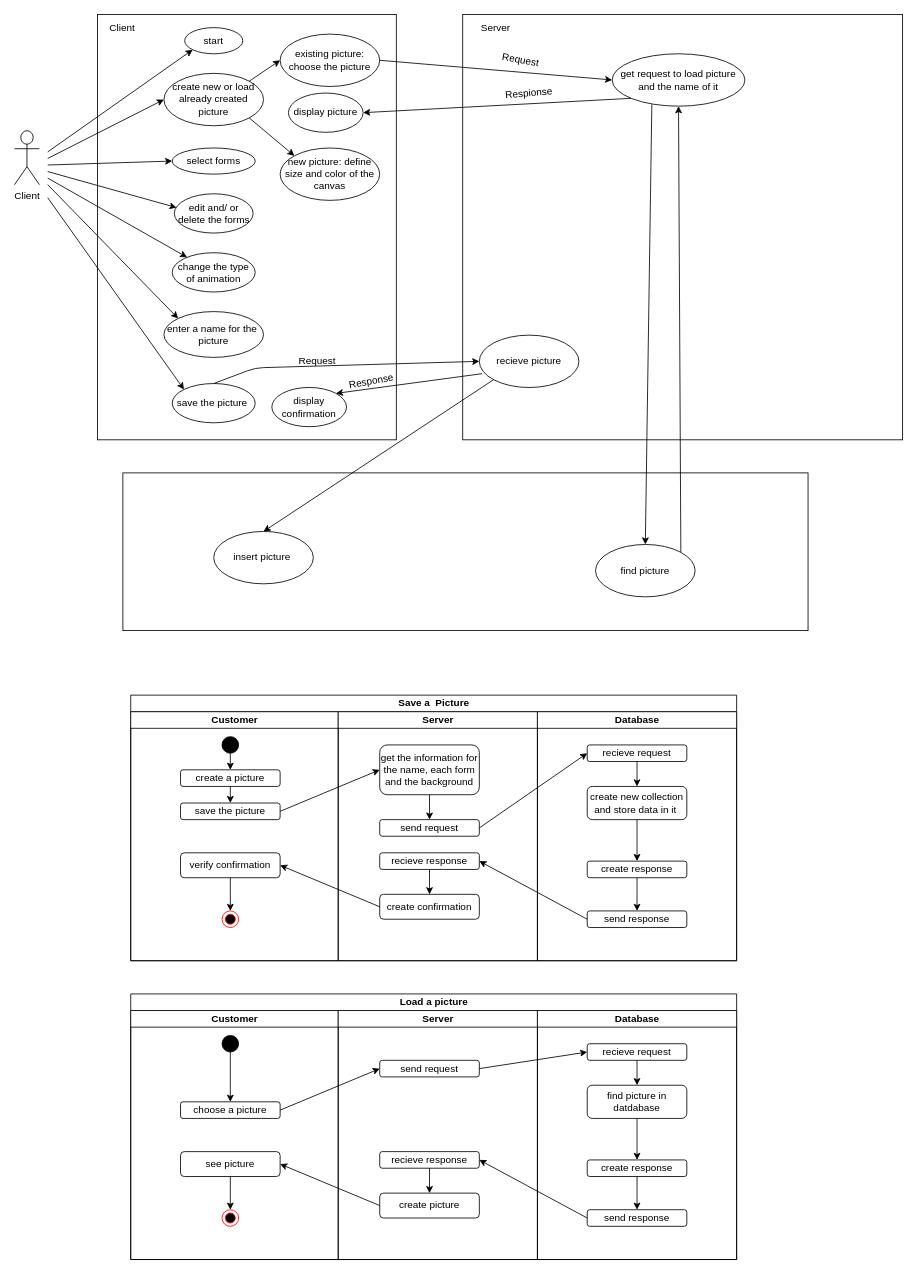
Before: page "UseCaseDiagram" (1 of 5) of L12_Addition/Konzeption/Konzeption.drawio in KohlerAl/EIA2, a draw.io diagram. Source tidied: cells renumbered, new cells numbered last; positions are measured from the earlier drawing's top-left corner, leaving out a move shared by most shapes. Both pictures are drawn from the tidied source at 83%, with x=0, y=0 at pixel (14, 14).
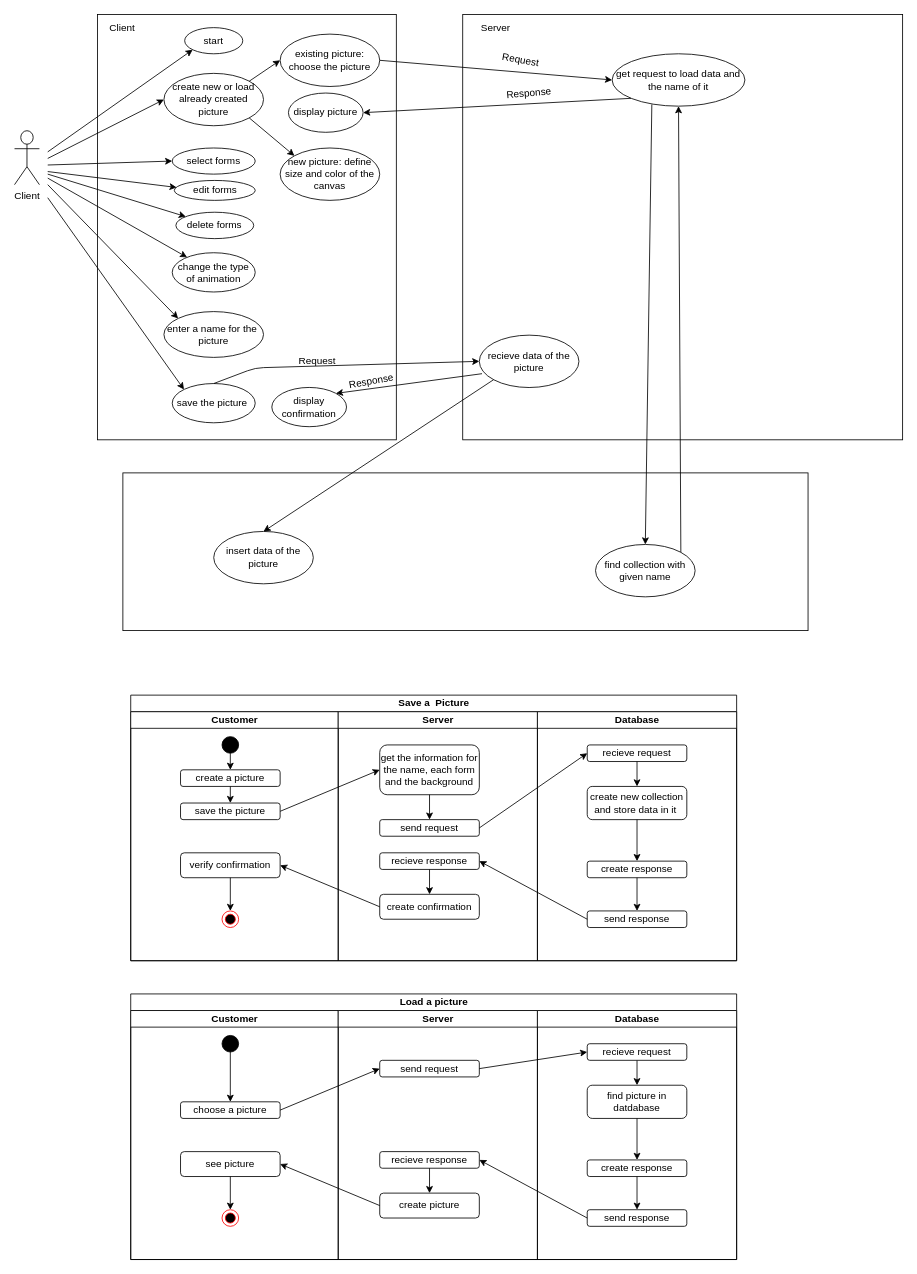
Above is the later version.

Diff of the diagram source:
```diff
@@
-    <mxCell id="7" value="edit and/ or delete the forms" style="ellipse;whiteSpace=wrap;html=1;" parent="1" vertex="1">
-      <mxGeometry x="192.5" y="216" width="95" height="47.3" as="geometry" />
+    <mxCell id="7" value="edit forms" style="ellipse;whiteSpace=wrap;html=1;" parent="1" vertex="1">
+      <mxGeometry x="192.5" y="199.9" width="97.5" height="24" as="geometry" />
     </mxCell>
@@
-    <mxCell id="17" value="recieve picture" style="ellipse;whiteSpace=wrap;html=1;" parent="1" vertex="1">
+    <mxCell id="17" value="recieve data of the picture" style="ellipse;whiteSpace=wrap;html=1;" parent="1" vertex="1">
       <mxGeometry x="560" y="386.3" width="120" height="63.1" as="geometry" />
     </mxCell>
-    <mxCell id="18" value="insert picture&amp;nbsp;" style="ellipse;whiteSpace=wrap;html=1;" parent="1" vertex="1">
+    <mxCell id="18" value="insert data of the picture" style="ellipse;whiteSpace=wrap;html=1;" parent="1" vertex="1">
       <mxGeometry x="240" y="622.8" width="120" height="63.1" as="geometry" />
     </mxCell>
@@
-    <mxCell id="34" value="get request to load picture and the name of it" style="ellipse;whiteSpace=wrap;html=1;" parent="1" vertex="1">
+    <mxCell id="34" value="get request to load data and the name of it" style="ellipse;whiteSpace=wrap;html=1;" parent="1" vertex="1">
       <mxGeometry x="720" y="47.3" width="160" height="63.1" as="geometry" />
     </mxCell>
-    <mxCell id="35" value="find picture" style="ellipse;whiteSpace=wrap;html=1;" parent="1" vertex="1">
+    <mxCell id="35" value="find collection with given name" style="ellipse;whiteSpace=wrap;html=1;" parent="1" vertex="1">
       <mxGeometry x="700" y="638.5" width="120" height="63.1" as="geometry" />
     </mxCell>
@@
-    <mxCell id="41" value="Respionse" style="text;html=1;strokeColor=none;fillColor=none;align=center;verticalAlign=middle;whiteSpace=wrap;rounded=0;rotation=-5;" parent="1" vertex="1">
+    <mxCell id="41" value="Response" style="text;html=1;strokeColor=none;fillColor=none;align=center;verticalAlign=middle;whiteSpace=wrap;rounded=0;rotation=-5;" parent="1" vertex="1">
       <mxGeometry x="600" y="86.7" width="40" height="15.8" as="geometry" />
     </mxCell>
@@
+    <mxCell id="97" value="delete forms" style="ellipse;whiteSpace=wrap;html=1;" parent="1" vertex="1">
+      <mxGeometry x="194.4" y="238.2" width="93.8" height="31.8" as="geometry" />
+    </mxCell>
+    <mxCell id="98" style="endArrow=classic;html=1;" parent="1" edge="1" target="97">
+      <mxGeometry relative="1" as="geometry">
+        <mxPoint x="40" y="192.3" as="sourcePoint" />
+      </mxGeometry>
+    </mxCell>
```
